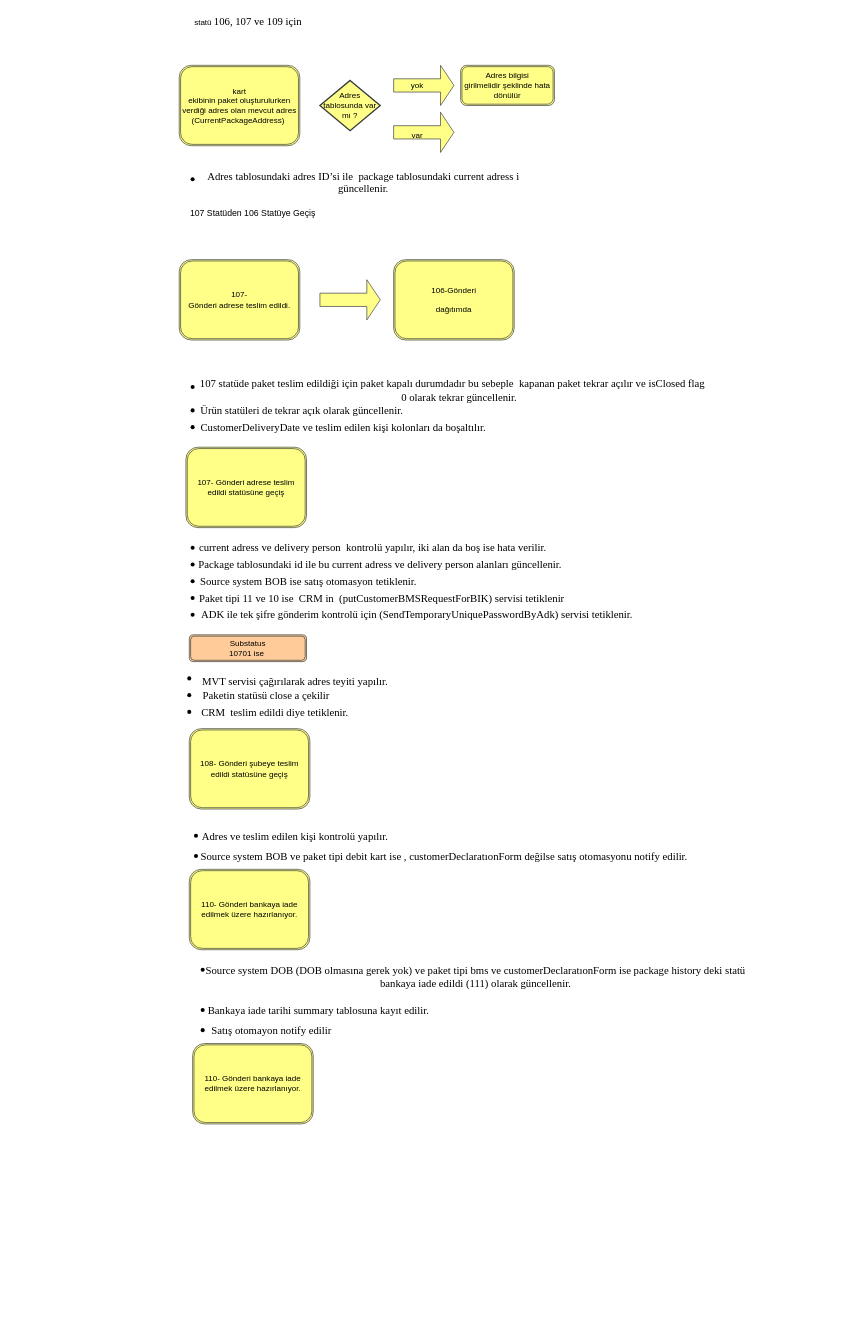
Before: Başlıksız Diyagram.drawio in serdarakbaas/serdarakbaas, a draw.io diagram. Source tidied: cells renumbered, new cells numbered last; positions are measured from the earlier drawing's top-left corner, leaving out a move shared by most shapes. Both pictures are drawn from the tidied source at 67%, with x=0, y=0 at pixel (92, 11).
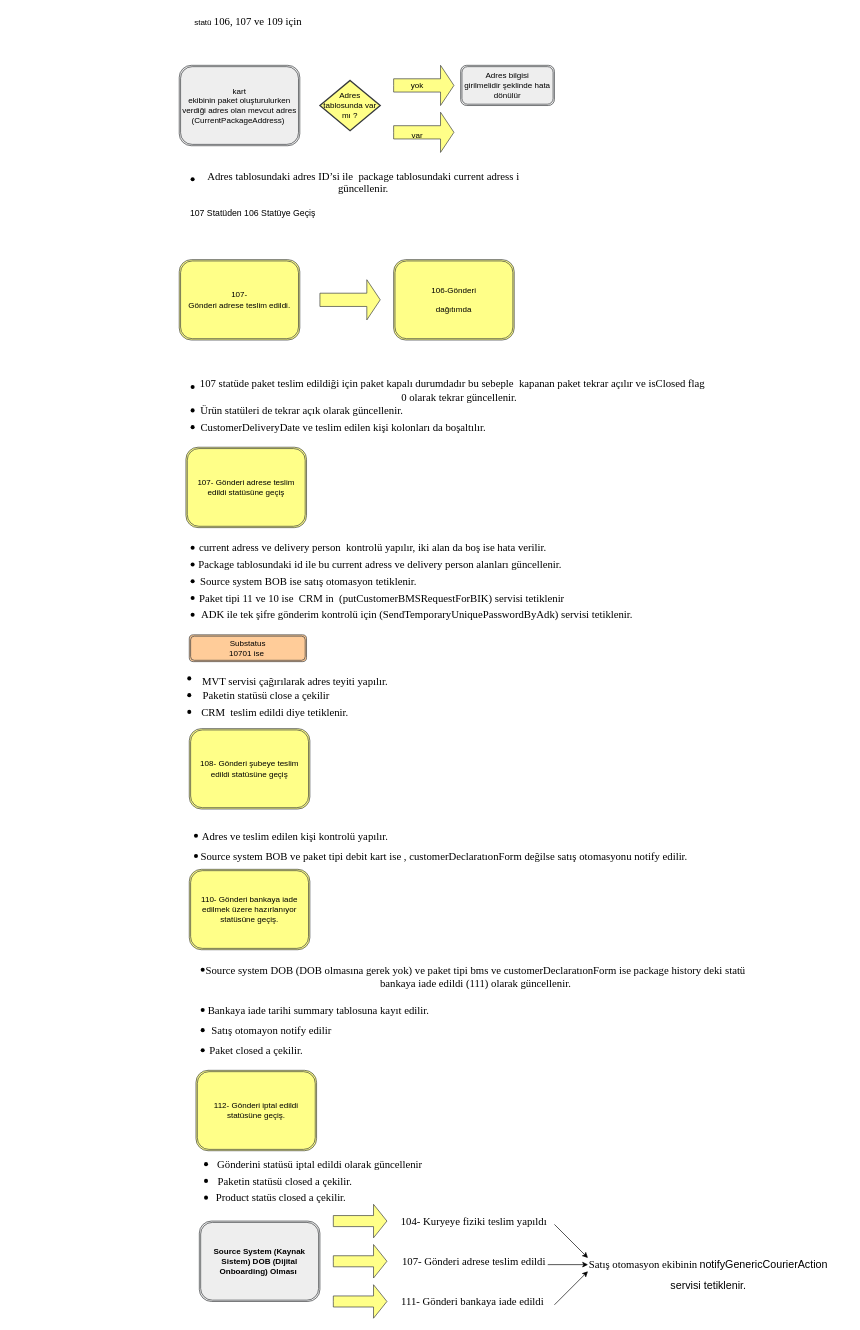
Above is the later version.

The edit, as a diff of the source:
```diff
@@
-    <mxCell id="2" value="&lt;span style=&quot;&quot;&gt;&lt;font style=&quot;font-size: 12px;&quot; face=&quot;Helvetica&quot;&gt;kart&lt;br&gt;ekibinin paket oluşturulurken verdiği adres olan mevcut adres (CurrentPackageAddress)&amp;nbsp;&lt;/font&gt;&lt;/span&gt;" style="shape=ext;double=1;rounded=1;whiteSpace=wrap;html=1;fillColor=#ffff88;strokeColor=#36393d;" parent="1" vertex="1">
+    <mxCell id="2" value="&lt;span style=&quot;&quot;&gt;&lt;font style=&quot;font-size: 12px;&quot; face=&quot;Helvetica&quot;&gt;kart&lt;br&gt;ekibinin paket oluşturulurken verdiği adres olan mevcut adres (CurrentPackageAddress)&amp;nbsp;&lt;/font&gt;&lt;/span&gt;" style="shape=ext;double=1;rounded=1;whiteSpace=wrap;html=1;fillColor=#eeeeee;strokeColor=#36393d;" parent="1" vertex="1">
       <mxGeometry x="130" y="80" width="180" height="120" as="geometry" />
     </mxCell>
@@
-    <mxCell id="8" value="&lt;span style=&quot;&quot;&gt;&lt;font style=&quot;font-size: 12px;&quot; face=&quot;Helvetica&quot;&gt;Adres bilgisi&lt;br&gt;girilmelidir şeklinde hata dönülür&lt;/font&gt;&lt;/span&gt;" style="shape=ext;double=1;rounded=1;whiteSpace=wrap;html=1;fillColor=#ffff88;strokeColor=#36393d;" parent="1" vertex="1">
+    <mxCell id="8" value="&lt;span style=&quot;&quot;&gt;&lt;font style=&quot;font-size: 12px;&quot; face=&quot;Helvetica&quot;&gt;Adres bilgisi&lt;br&gt;girilmelidir şeklinde hata dönülür&lt;/font&gt;&lt;/span&gt;" style="shape=ext;double=1;rounded=1;whiteSpace=wrap;html=1;fillColor=#eeeeee;strokeColor=#36393d;" parent="1" vertex="1">
       <mxGeometry x="550" y="80" width="140" height="60" as="geometry" />
     </mxCell>
@@
-    <mxCell id="45" value="&lt;p align=&quot;center&quot; class=&quot;MsoNormal&quot;&gt;110- Gönderi bankaya iade edilmek üzere hazırlanıyor.&lt;br&gt;&lt;/p&gt;" style="shape=ext;double=1;rounded=1;whiteSpace=wrap;html=1;fillColor=#ffff88;strokeColor=#36393d;" parent="1" vertex="1">
+    <mxCell id="45" value="&lt;p align=&quot;center&quot; class=&quot;MsoNormal&quot;&gt;110- Gönderi bankaya iade edilmek üzere hazırlanıyor statüsüne geçiş.&lt;br&gt;&lt;/p&gt;" style="shape=ext;double=1;rounded=1;whiteSpace=wrap;html=1;fillColor=#ffff88;strokeColor=#36393d;" parent="1" vertex="1">
       <mxGeometry x="145" y="1280" width="180" height="120" as="geometry" />
     </mxCell>
@@
-    <mxCell id="52" value="&lt;p align=&quot;center&quot; class=&quot;MsoNormal&quot;&gt;110- Gönderi bankaya iade edilmek üzere hazırlanıyor.&lt;br&gt;&lt;/p&gt;" style="shape=ext;double=1;rounded=1;whiteSpace=wrap;html=1;fillColor=#ffff88;strokeColor=#36393d;" parent="1" vertex="1">
-      <mxGeometry x="150" y="1540" width="180" height="120" as="geometry" />
+    <mxCell id="52" value="&lt;p align=&quot;center&quot; class=&quot;MsoNormal&quot;&gt;112- Gönderi iptal edildi statüsüne geçiş.&lt;br&gt;&lt;/p&gt;" style="shape=ext;double=1;rounded=1;whiteSpace=wrap;html=1;fillColor=#ffff88;strokeColor=#36393d;" parent="1" vertex="1">
+      <mxGeometry x="155" y="1580" width="180" height="120" as="geometry" />
     </mxCell>
+    <mxCell id="53" style="shape=waypoint;sketch=0;fillStyle=solid;size=6;fillColor=none;perimeter=centerPerimeter;" parent="1" vertex="1">
+      <mxGeometry x="160" y="1710" width="20" height="20" as="geometry" />
+    </mxCell>
+    <mxCell id="54" value="&lt;span style=&quot;font-size:12.0pt;font-family:&amp;quot;Times New Roman&amp;quot;,serif;&lt;br/&gt;mso-fareast-font-family:&amp;quot;Times New Roman&amp;quot;;mso-fareast-theme-font:minor-fareast;&lt;br/&gt;mso-ansi-language:TR;mso-fareast-language:EN-US;mso-bidi-language:AR-SA&quot;&gt;Gönderini statüsü iptal edildi olarak güncellenir&lt;/span&gt;" style="text;html=1;align=center;verticalAlign=middle;whiteSpace=wrap;rounded=0;" parent="1" vertex="1">
+      <mxGeometry x="-120" y="1705" width="920" height="30" as="geometry" />
+    </mxCell>
+    <mxCell id="55" style="shape=waypoint;sketch=0;fillStyle=solid;size=6;fillColor=none;perimeter=centerPerimeter;" parent="1" vertex="1">
+      <mxGeometry x="160" y="1735" width="20" height="20" as="geometry" />
+    </mxCell>
+    <mxCell id="56" value="&lt;div style=&quot;text-indent: -24px;&quot;&gt;&lt;font style=&quot;font-size: 16px;&quot; face=&quot;Times New Roman&quot;&gt;Paketin statüsü closed a çekilir.&lt;/font&gt;&lt;/div&gt;" style="text;html=1;align=center;verticalAlign=middle;whiteSpace=wrap;rounded=0;" parent="1" vertex="1">
+      <mxGeometry x="50" y="1730" width="500" height="30" as="geometry" />
+    </mxCell>
+    <mxCell id="57" style="shape=waypoint;sketch=0;fillStyle=solid;size=6;fillColor=none;perimeter=centerPerimeter;" parent="1" vertex="1">
+      <mxGeometry x="160" y="1760" width="20" height="20" as="geometry" />
+    </mxCell>
+    <mxCell id="58" value="&lt;div style=&quot;text-indent: -24px;&quot;&gt;&lt;font style=&quot;font-size: 16px;&quot; face=&quot;Times New Roman&quot;&gt;Product statüs closed a çekilir.&lt;/font&gt;&lt;/div&gt;" style="text;html=1;align=center;verticalAlign=middle;whiteSpace=wrap;rounded=0;" parent="1" vertex="1">
+      <mxGeometry x="94" y="1755" width="400" height="30" as="geometry" />
+    </mxCell>
+    <mxCell id="59" style="shape=waypoint;sketch=0;fillStyle=solid;size=6;fillColor=none;perimeter=centerPerimeter;" parent="1" vertex="1">
+      <mxGeometry x="155" y="1540" width="20" height="20" as="geometry" />
+    </mxCell>
+    <mxCell id="60" value="&lt;span style=&quot;font-size:12.0pt;font-family:&amp;quot;Times New Roman&amp;quot;,serif;&lt;br/&gt;mso-fareast-font-family:&amp;quot;Times New Roman&amp;quot;;mso-fareast-theme-font:minor-fareast;&lt;br/&gt;mso-ansi-language:TR;mso-fareast-language:EN-US;mso-bidi-language:AR-SA&quot;&gt;Paket closed a çekilir.&lt;/span&gt;" style="text;html=1;align=center;verticalAlign=middle;whiteSpace=wrap;rounded=0;" parent="1" vertex="1">
+      <mxGeometry x="60" y="1535" width="370" height="30" as="geometry" />
+    </mxCell>
+    <mxCell id="61" value="&lt;p class=&quot;MsoNormal&quot;&gt;&lt;b&gt;Source System (Kaynak Sistem) DOB (Dijital&lt;br/&gt;Onboarding) Olması&amp;nbsp;&lt;/b&gt;&lt;/p&gt;" style="shape=ext;double=1;rounded=1;whiteSpace=wrap;html=1;fillColor=#eeeeee;strokeColor=#36393d;" parent="1" vertex="1">
+      <mxGeometry x="160" y="1805" width="180" height="120" as="geometry" />
+    </mxCell>
+    <mxCell id="62" style="html=1;shadow=0;dashed=0;align=center;verticalAlign=middle;shape=mxgraph.arrows2.arrow;dy=0.67;dx=20;notch=0;fillColor=#ffff88;strokeColor=#36393d;" parent="1" vertex="1">
+      <mxGeometry x="360" y="1780" width="80" height="50" as="geometry" />
+    </mxCell>
+    <mxCell id="63" value="&lt;span style=&quot;font-size:12.0pt;font-family:&amp;quot;Times New Roman&amp;quot;,serif;&lt;br/&gt;mso-fareast-font-family:&amp;quot;Times New Roman&amp;quot;;mso-fareast-theme-font:minor-fareast;&lt;br/&gt;mso-ansi-language:TR;mso-fareast-language:EN-US;mso-bidi-language:AR-SA&quot;&gt;104- Kuryeye fiziki teslim yapıldı&lt;/span&gt;" style="text;html=1;align=center;verticalAlign=middle;whiteSpace=wrap;rounded=0;" parent="1" vertex="1">
+      <mxGeometry x="110" y="1790" width="920" height="30" as="geometry" />
+    </mxCell>
+    <mxCell id="64" value="&lt;span style=&quot;font-size:12.0pt;font-family:&amp;quot;Times New Roman&amp;quot;,serif;&lt;br/&gt;mso-fareast-font-family:&amp;quot;Times New Roman&amp;quot;;mso-fareast-theme-font:minor-fareast;&lt;br/&gt;mso-ansi-language:TR;mso-fareast-language:EN-US;mso-bidi-language:AR-SA&quot;&gt;107- Gönderi adrese teslim edildi&lt;/span&gt;" style="text;html=1;align=center;verticalAlign=middle;whiteSpace=wrap;rounded=0;" parent="1" vertex="1">
+      <mxGeometry x="110" y="1850" width="920" height="30" as="geometry" />
+    </mxCell>
+    <mxCell id="65" value="&lt;span style=&quot;font-size:12.0pt;font-family:&amp;quot;Times New Roman&amp;quot;,serif;&lt;br/&gt;mso-fareast-font-family:&amp;quot;Times New Roman&amp;quot;;mso-fareast-theme-font:minor-fareast;&lt;br/&gt;mso-ansi-language:TR;mso-fareast-language:EN-US;mso-bidi-language:AR-SA&quot;&gt;111- Gönderi bankaya iade edildi&amp;nbsp;&lt;/span&gt;" style="text;html=1;align=center;verticalAlign=middle;whiteSpace=wrap;rounded=0;" parent="1" vertex="1">
+      <mxGeometry x="110" y="1910" width="920" height="30" as="geometry" />
+    </mxCell>
+    <mxCell id="66" style="html=1;shadow=0;dashed=0;align=center;verticalAlign=middle;shape=mxgraph.arrows2.arrow;dy=0.67;dx=20;notch=0;fillColor=#ffff88;strokeColor=#36393d;" parent="1" vertex="1">
+      <mxGeometry x="360" y="1840" width="80" height="50" as="geometry" />
+    </mxCell>
+    <mxCell id="67" style="html=1;shadow=0;dashed=0;align=center;verticalAlign=middle;shape=mxgraph.arrows2.arrow;dy=0.67;dx=20;notch=0;fillColor=#ffff88;strokeColor=#36393d;" parent="1" vertex="1">
+      <mxGeometry x="360" y="1900" width="80" height="50" as="geometry" />
+    </mxCell>
+    <mxCell id="68" style="endArrow=classic;html=1;rounded=0;" parent="1" edge="1">
+      <mxGeometry relative="1" as="geometry">
+        <mxPoint x="690" y="1930" as="sourcePoint" />
+        <mxPoint x="740" y="1880" as="targetPoint" />
+      </mxGeometry>
+    </mxCell>
+    <mxCell id="69" style="endArrow=classic;html=1;rounded=0;entryX=0.685;entryY=0.667;entryDx=0;entryDy=0;entryPerimeter=0;" parent="1" edge="1" target="64">
+      <mxGeometry relative="1" as="geometry">
+        <mxPoint x="680" y="1870" as="sourcePoint" />
+      </mxGeometry>
+    </mxCell>
+    <mxCell id="70" style="endArrow=classic;html=1;rounded=0;" parent="1" edge="1">
+      <mxGeometry relative="1" as="geometry">
+        <mxPoint x="690" y="1810" as="sourcePoint" />
+        <mxPoint x="740" y="1860" as="targetPoint" />
+      </mxGeometry>
+    </mxCell>
+    <mxCell id="71" value="&lt;p class=&quot;MsoNormal&quot;&gt;&lt;span style=&quot;background-color: initial;&quot;&gt;&lt;font style=&quot;&quot; face=&quot;Times New Roman&quot;&gt;&lt;font style=&quot;font-size: 16px;&quot;&gt;Satış otomasyon ekibinin&lt;/font&gt;&lt;span style=&quot;font-size: 13px;&quot;&gt;&amp;nbsp;&lt;/span&gt;&lt;/font&gt;&lt;/span&gt;&lt;span style=&quot;font-size: 12pt; font-family: Wuqkdfuyp4xItZszp6Hi; background-color: initial;&quot;&gt;notifyGenericCourierAction&lt;/span&gt;&lt;/p&gt;&lt;p class=&quot;MsoNormal&quot;&gt;&lt;font face=&quot;Wuqkdfuyp4xItZszp6Hi&quot;&gt;&lt;span style=&quot;font-size: 12pt;&quot;&gt;servisi tetiklenir.&lt;/span&gt;&lt;/font&gt;&lt;br&gt;&lt;/p&gt;" style="text;html=1;align=center;verticalAlign=middle;whiteSpace=wrap;rounded=0;" parent="1" vertex="1">
+      <mxGeometry x="710" y="1830" width="420" height="110" as="geometry" />
+    </mxCell>
```
